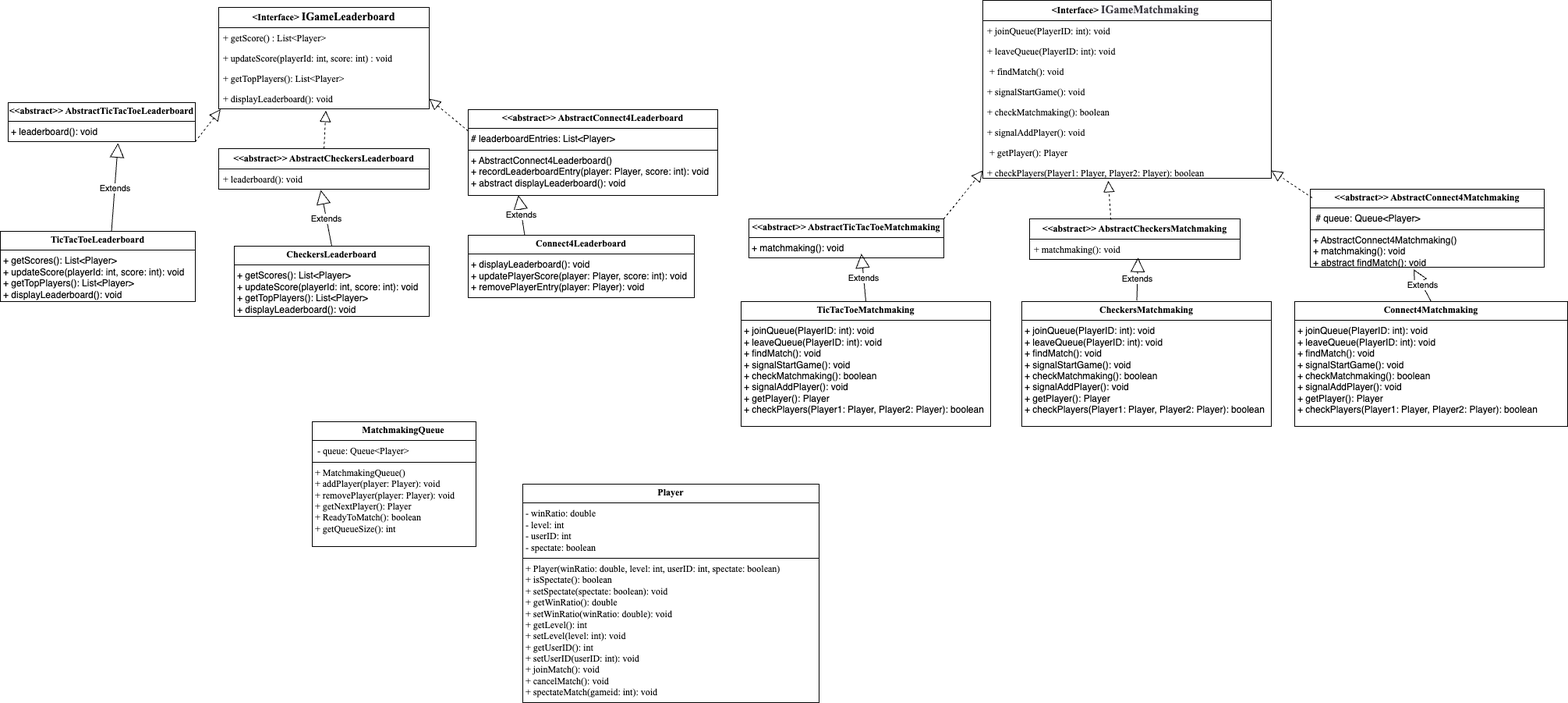
The draw.io diagram iteration1_deliverables/class_structure_diagrams/class_structure_diagram.png in SarimEkram/Multiplayer-Board-platform, before a commit. Source tidied: cells renumbered, new cells last; positions are measured from the earlier drawing's top-left corner, leaving out a move shared by most shapes.
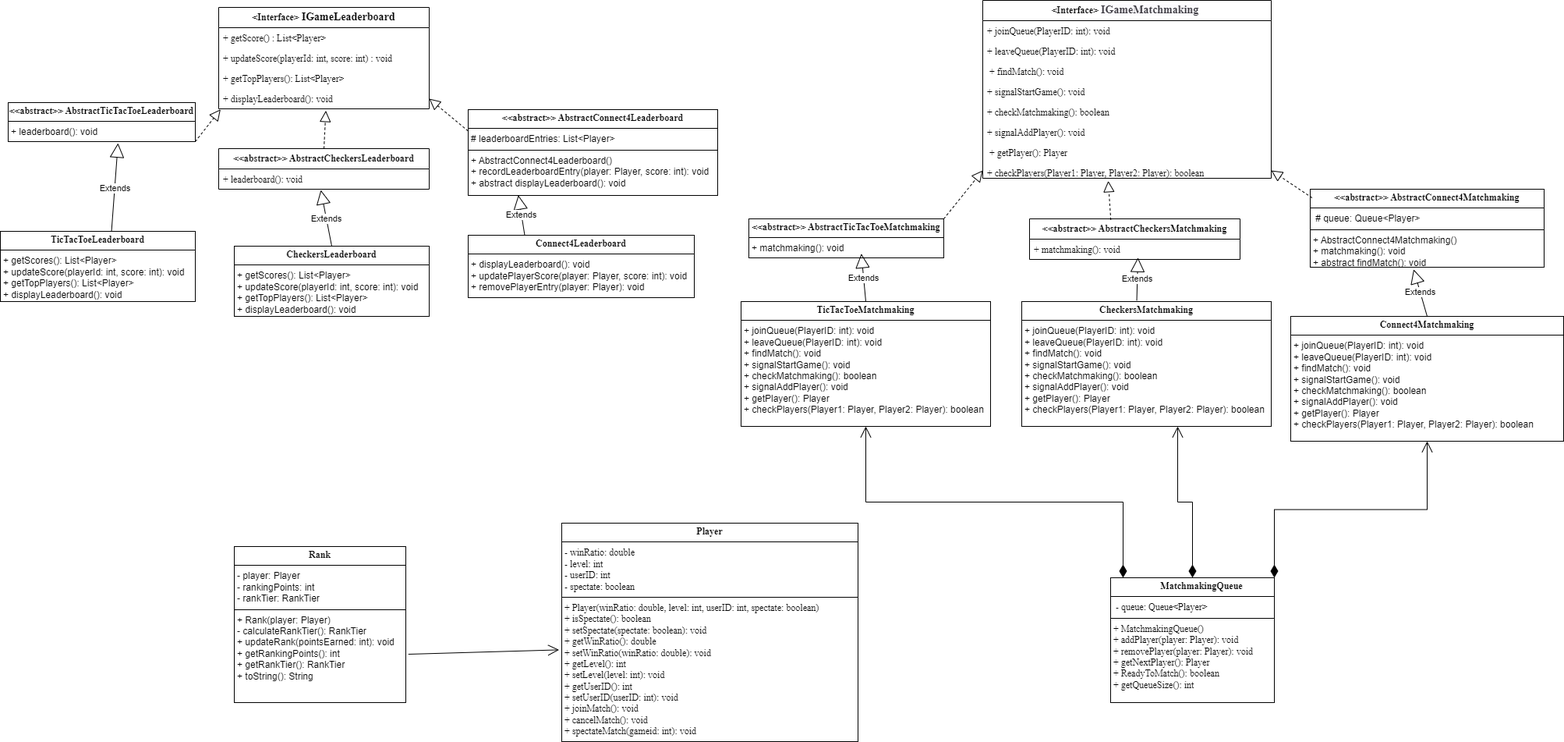
The same file after the commit.

Commit message:
Final structure diagram

The edit, as a diff of the source:
```diff
@@ -57,10 +57,10 @@
       <mxGeometry y="26" width="270" height="26" as="geometry" />
     </mxCell>
     <mxCell id="20" value="&lt;p style=&quot;margin:0px;margin-top:4px;text-align:center;&quot;&gt;&lt;font face=&quot;Times New Roman&quot;&gt;&lt;b&gt;Player&lt;/b&gt;&lt;/font&gt;&lt;/p&gt;&lt;hr size=&quot;1&quot; style=&quot;border-style:solid;&quot;&gt;&lt;p style=&quot;margin:0px;margin-left:4px;&quot;&gt;&lt;font face=&quot;Times New Roman&quot;&gt;- winRatio: double&lt;br&gt;- level: int&lt;br&gt; - userID: int&amp;nbsp;&amp;nbsp;&lt;br&gt;- spectate: boolean&amp;nbsp; &amp;nbsp;&lt;/font&gt;&lt;/p&gt;&lt;hr size=&quot;1&quot; style=&quot;border-style:solid;&quot;&gt;&lt;p style=&quot;margin:0px;margin-left:4px;&quot;&gt;&lt;font face=&quot;Times New Roman&quot;&gt;+ Player(winRatio: double, level: int, userID: int, spectate: boolean)&lt;br&gt;+ isSpectate(): boolean&lt;br&gt;+ setSpectate(spectate: boolean): void &lt;br&gt;+ getWinRatio(): double&lt;br&gt;+ setWinRatio(winRatio: double): void &lt;br&gt;+ getLevel(): int &lt;br&gt;+ setLevel(level: int): void&lt;/font&gt;&lt;/p&gt;&lt;p style=&quot;margin:0px;margin-left:4px;&quot;&gt;&lt;font face=&quot;Times New Roman&quot;&gt; + getUserID(): int&amp;nbsp;&lt;/font&gt;&lt;/p&gt;&lt;p style=&quot;margin:0px;margin-left:4px;&quot;&gt;&lt;font face=&quot;Times New Roman&quot;&gt;+ setUserID(userID: int): void &lt;br&gt;+ joinMatch(): void&amp;nbsp;&lt;/font&gt;&lt;/p&gt;&lt;p style=&quot;margin:0px;margin-left:4px;&quot;&gt;&lt;font face=&quot;Times New Roman&quot;&gt;+ cancelMatch(): void&lt;/font&gt;&lt;/p&gt;&lt;p style=&quot;margin:0px;margin-left:4px;&quot;&gt;&lt;font face=&quot;Times New Roman&quot;&gt;+ spectateMatch(gameid: int): void   &amp;nbsp;&amp;nbsp; &amp;nbsp; &amp;nbsp; &amp;nbsp; &amp;nbsp;&lt;/font&gt;&lt;/p&gt;" style="verticalAlign=top;align=left;overflow=fill;html=1;whiteSpace=wrap;" parent="1" vertex="1">
-      <mxGeometry x="670" y="620" width="380" height="280" as="geometry" />
+      <mxGeometry x="720" y="670" width="380" height="280" as="geometry" />
     </mxCell>
     <mxCell id="21" value="&lt;p style=&quot;margin:0px;margin-top:4px;text-align:center;&quot;&gt;&lt;font face=&quot;Times New Roman&quot;&gt;&lt;span style=&quot;white-space: pre;&quot;&gt;&#9;&lt;/span&gt;&lt;span style=&quot;background-color: transparent; color: light-dark(rgb(0, 0, 0), rgb(255, 255, 255)); text-align: left;&quot;&gt;&lt;b&gt;MatchmakingQueue&lt;/b&gt;&lt;/span&gt;&lt;br&gt;&lt;/font&gt;&lt;/p&gt;&lt;hr size=&quot;1&quot; style=&quot;border-style:solid;&quot;&gt;&lt;p style=&quot;margin:0px;margin-left:4px;&quot;&gt;&lt;font face=&quot;Times New Roman&quot;&gt;&amp;nbsp;- queue: Queue&amp;lt;Player&amp;gt;&amp;nbsp;&lt;/font&gt;&lt;/p&gt;&lt;hr size=&quot;1&quot; style=&quot;border-style:solid;&quot;&gt;&lt;p style=&quot;margin:0px;margin-left:4px;&quot;&gt;&lt;font face=&quot;Times New Roman&quot;&gt;+ MatchmakingQueue()&lt;/font&gt;&lt;/p&gt;&lt;p style=&quot;margin:0px;margin-left:4px;&quot;&gt;&lt;font face=&quot;Times New Roman&quot;&gt;+ addPlayer(player: Player): void&amp;nbsp;&lt;/font&gt;&lt;/p&gt;&lt;p style=&quot;margin:0px;margin-left:4px;&quot;&gt;&lt;font face=&quot;Times New Roman&quot;&gt;+ removePlayer(player: Player): void&amp;nbsp;&lt;/font&gt;&lt;/p&gt;&lt;p style=&quot;margin:0px;margin-left:4px;&quot;&gt;&lt;font face=&quot;Times New Roman&quot;&gt;+ getNextPlayer(): Player&amp;nbsp;&lt;br&gt;+ ReadyToMatch(): boolean&amp;nbsp;&lt;br&gt;+ getQueueSize(): int&lt;/font&gt;&lt;/p&gt;" style="verticalAlign=top;align=left;overflow=fill;html=1;whiteSpace=wrap;" parent="1" vertex="1">
-      <mxGeometry x="400" y="540" width="210" height="160" as="geometry" />
+      <mxGeometry x="1424" y="740" width="210" height="160" as="geometry" />
     </mxCell>
     <mxCell id="22" value="&lt;p style=&quot;margin:0px;margin-top:4px;text-align:center;&quot;&gt;&lt;b style=&quot;background-color: transparent; color: light-dark(rgb(0, 0, 0), rgb(255, 255, 255)); font-family: &amp;quot;Times New Roman&amp;quot;;&quot;&gt;&amp;lt;&amp;lt;abstract&amp;gt;&amp;gt; AbstractConnect4Leaderboard&lt;/b&gt;&lt;/p&gt;&lt;hr size=&quot;1&quot; style=&quot;border-style:solid;&quot;&gt;&lt;p style=&quot;margin:0px;margin-left:4px;&quot;&gt;# leaderboardEntries: List&amp;lt;Player&amp;gt;  &lt;/p&gt;&lt;hr size=&quot;1&quot; style=&quot;border-style:solid;&quot;&gt;&lt;p style=&quot;margin:0px;margin-left:4px;&quot;&gt;+ AbstractConnect4Leaderboard()&lt;/p&gt;&lt;p style=&quot;margin:0px;margin-left:4px;&quot;&gt;+ recordLeaderboardEntry(player: Player, score: int): void&lt;/p&gt;&lt;p style=&quot;margin:0px;margin-left:4px;&quot;&gt;+ abstract displayLeaderboard(): void&amp;nbsp;&amp;nbsp;&lt;/p&gt;&lt;p style=&quot;margin:0px;margin-left:4px;&quot;&gt;&amp;nbsp;&lt;/p&gt;" style="verticalAlign=top;align=left;overflow=fill;html=1;whiteSpace=wrap;" parent="1" vertex="1">
       <mxGeometry x="600" y="140" width="320" height="110" as="geometry" />
@@ -72,7 +72,7 @@
       <mxGeometry x="1680" y="242" width="300" height="100" as="geometry" />
     </mxCell>
     <mxCell id="25" value="&lt;p style=&quot;margin:0px;margin-top:4px;text-align:center;&quot;&gt;&lt;span style=&quot;font-family: &amp;quot;Times New Roman&amp;quot;; font-weight: 700; background-color: transparent; color: light-dark(rgb(0, 0, 0), rgb(255, 255, 255)); text-align: left;&quot;&gt;Connect4Matchmaking&lt;/span&gt;&lt;/p&gt;&lt;hr size=&quot;1&quot; style=&quot;border-style:solid;&quot;&gt;&lt;p style=&quot;margin: 0px 0px 0px 4px;&quot;&gt;+ joinQueue(PlayerID: int): void&lt;/p&gt;&lt;p style=&quot;margin: 0px 0px 0px 4px;&quot;&gt;+ leaveQueue(PlayerID: int): void &amp;nbsp;&amp;nbsp;&lt;/p&gt;&lt;p style=&quot;margin: 0px 0px 0px 4px;&quot;&gt;+ findMatch(): void&lt;br&gt;+ signalStartGame(): void&lt;/p&gt;&lt;p style=&quot;margin: 0px 0px 0px 4px;&quot;&gt;+ checkMatchmaking(): boolean&amp;nbsp;&lt;/p&gt;&lt;p style=&quot;margin: 0px 0px 0px 4px;&quot;&gt;+ signalAddPlayer(): void&lt;/p&gt;&lt;p style=&quot;margin: 0px 0px 0px 4px;&quot;&gt;+ getPlayer(): Player &amp;nbsp;&amp;nbsp;&lt;/p&gt;&lt;p style=&quot;margin: 0px 0px 0px 4px;&quot;&gt;+ checkPlayers(Player1: Player, Player2: Player): boolean&lt;/p&gt;" style="verticalAlign=top;align=left;overflow=fill;html=1;whiteSpace=wrap;" parent="1" vertex="1">
-      <mxGeometry x="1660" y="386" width="350" height="160" as="geometry" />
+      <mxGeometry x="1655" y="405" width="350" height="160" as="geometry" />
     </mxCell>
     <mxCell id="26" value="&lt;p style=&quot;margin:0px;margin-top:4px;text-align:center;&quot;&gt;&lt;span style=&quot;background-color: transparent; color: light-dark(rgb(0, 0, 0), rgb(255, 255, 255)); text-align: left;&quot;&gt;&lt;font face=&quot;Times New Roman&quot;&gt;&lt;b&gt;&amp;lt;&amp;lt;abstract&amp;gt;&amp;gt; AbstractTicTacToeLeaderboard&lt;/b&gt;&lt;/font&gt;&lt;/span&gt;&lt;/p&gt;&lt;hr size=&quot;1&quot; style=&quot;border-style:solid;&quot;&gt;&lt;p style=&quot;margin:0px;margin-left:4px;&quot;&gt;+ leaderboard(): void&lt;/p&gt;" style="verticalAlign=top;align=left;overflow=fill;html=1;whiteSpace=wrap;" parent="1" vertex="1">
       <mxGeometry x="10" y="131" width="240" height="50" as="geometry" />
@@ -128,5 +128,25 @@
     <mxCell id="43" value="Extends" style="endArrow=block;endSize=16;endFill=0;html=1;rounded=0;entryX=0.442;entryY=1.027;entryDx=0;entryDy=0;entryPerimeter=0;exitX=0.5;exitY=0;exitDx=0;exitDy=0;" parent="1" edge="1" source="25" target="24">
       <mxGeometry relative="1" as="geometry" />
     </mxCell>
+    <mxCell id="44" value="&lt;p style=&quot;margin:0px;margin-top:4px;text-align:center;&quot;&gt;&lt;span style=&quot;background-color: transparent; color: light-dark(rgb(0, 0, 0), rgb(255, 255, 255)); text-align: left;&quot;&gt;&lt;font face=&quot;Times New Roman&quot;&gt;&lt;b&gt;Rank&lt;/b&gt;&lt;/font&gt;&lt;/span&gt;&lt;/p&gt;&lt;hr size=&quot;1&quot; style=&quot;border-style:solid;&quot;&gt;&lt;p style=&quot;margin:0px;margin-left:4px;&quot;&gt;- player: Player&lt;/p&gt;&lt;p style=&quot;margin:0px;margin-left:4px;&quot;&gt;- rankingPoints: int&amp;nbsp;&lt;/p&gt;&lt;p style=&quot;margin:0px;margin-left:4px;&quot;&gt;- rankTier: RankTier&amp;nbsp;&amp;nbsp;&lt;/p&gt;&lt;hr size=&quot;1&quot; style=&quot;border-style:solid;&quot;&gt;&lt;p style=&quot;margin:0px;margin-left:4px;&quot;&gt;+ Rank(player: Player)&lt;/p&gt;&lt;p style=&quot;margin:0px;margin-left:4px;&quot;&gt;- calculateRankTier(): RankTier&lt;/p&gt;&lt;p style=&quot;margin:0px;margin-left:4px;&quot;&gt;+ updateRank(pointsEarned: int): void&lt;/p&gt;&lt;p style=&quot;margin:0px;margin-left:4px;&quot;&gt;+ getRankingPoints(): int&lt;br&gt;+ getRankTier(): RankTier&lt;/p&gt;&lt;p style=&quot;margin:0px;margin-left:4px;&quot;&gt;+ toString(): String &amp;nbsp;&lt;/p&gt;&lt;p style=&quot;margin:0px;margin-left:4px;&quot;&gt;&amp;nbsp;&amp;nbsp;&lt;/p&gt;" style="verticalAlign=top;align=left;overflow=fill;html=1;whiteSpace=wrap;" parent="1" vertex="1">
+      <mxGeometry x="300" y="700" width="220" height="200" as="geometry" />
+    </mxCell>
+    <mxCell id="45" style="endArrow=open;html=1;endSize=12;startArrow=diamondThin;startSize=14;startFill=1;edgeStyle=orthogonalEdgeStyle;align=left;verticalAlign=bottom;rounded=0;exitX=0.076;exitY=0;exitDx=0;exitDy=0;exitPerimeter=0;" parent="1" edge="1" source="21" target="28">
+      <mxGeometry x="-1" y="3" relative="1" as="geometry" />
+    </mxCell>
+    <mxCell id="46" style="endArrow=open;html=1;endSize=12;startArrow=diamondThin;startSize=14;startFill=1;edgeStyle=orthogonalEdgeStyle;align=left;verticalAlign=bottom;rounded=0;exitX=0.5;exitY=0;exitDx=0;exitDy=0;" parent="1" edge="1" source="21" target="30">
+      <mxGeometry x="-1" y="3" relative="1" as="geometry">
+        <Array as="points">
+          <mxPoint x="1529" y="643" />
+          <mxPoint x="1510" y="643" />
+        </Array>
+      </mxGeometry>
+    </mxCell>
+    <mxCell id="47" style="endArrow=open;html=1;endSize=12;startArrow=diamondThin;startSize=14;startFill=1;edgeStyle=orthogonalEdgeStyle;align=left;verticalAlign=bottom;rounded=0;exitX=1;exitY=0;exitDx=0;exitDy=0;" parent="1" edge="1" source="21" target="25">
+      <mxGeometry x="-1" y="3" relative="1" as="geometry" />
+    </mxCell>
+    <mxCell id="48" style="endArrow=open;endFill=1;endSize=12;html=1;rounded=0;exitX=1.015;exitY=0.69;exitDx=0;exitDy=0;exitPerimeter=0;entryX=-0.009;entryY=0.58;entryDx=0;entryDy=0;entryPerimeter=0;" parent="1" edge="1" source="44" target="20">
+      <mxGeometry relative="1" as="geometry" />
+    </mxCell>
   </root>
 </mxGraphModel>
```
